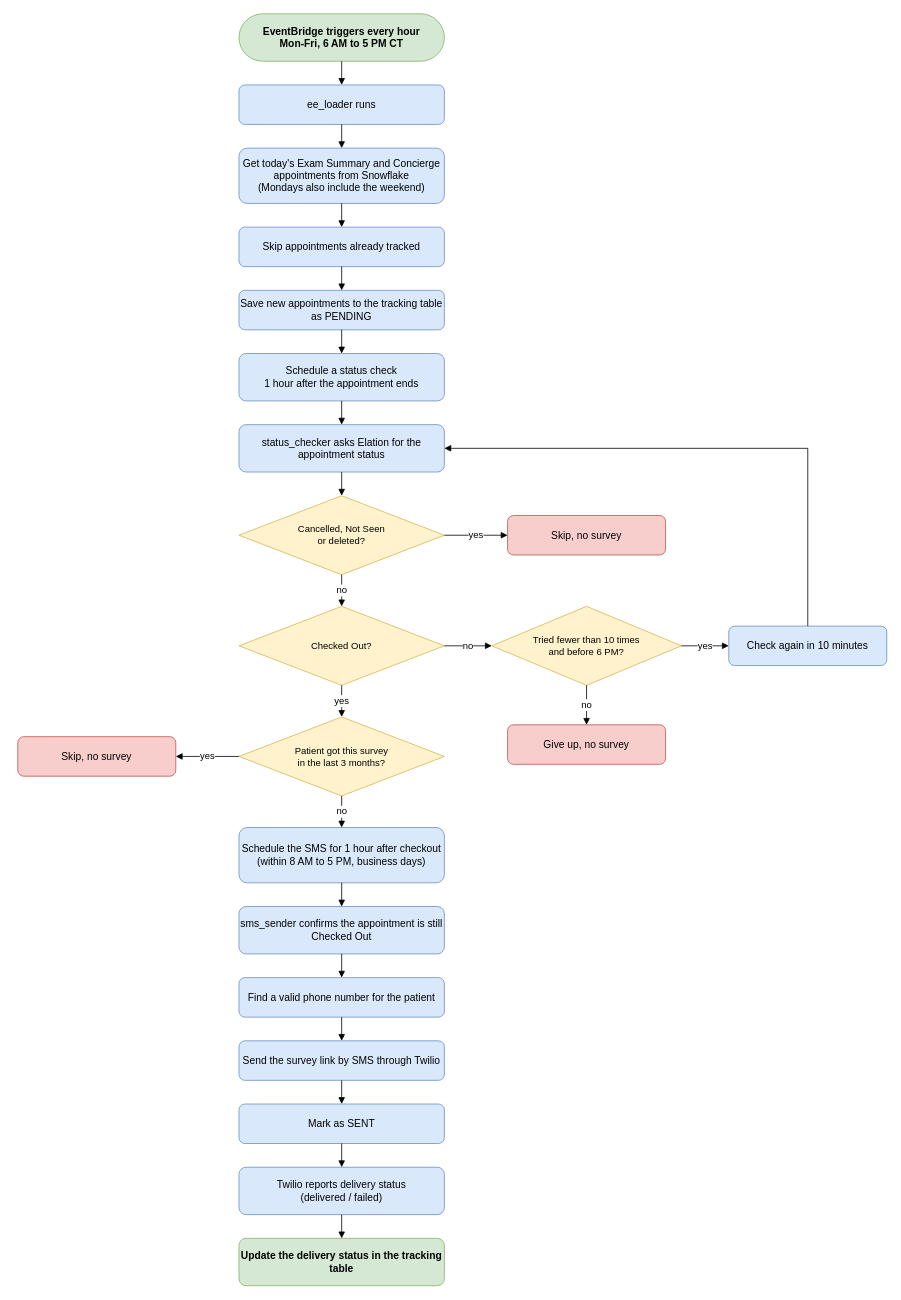
The draw.io diagram pss-formbricks/pss-ee-survey-workflow.drawio in janezmedi/drawio, before the edit. Source tidied: cells renumbered, new cells numbered last; positions are measured from the earlier drawing's top-left corner, leaving out a move shared by most shapes. Both pictures are drawn from the tidied source at 79%, with x=0, y=0 at pixel (17, 13).
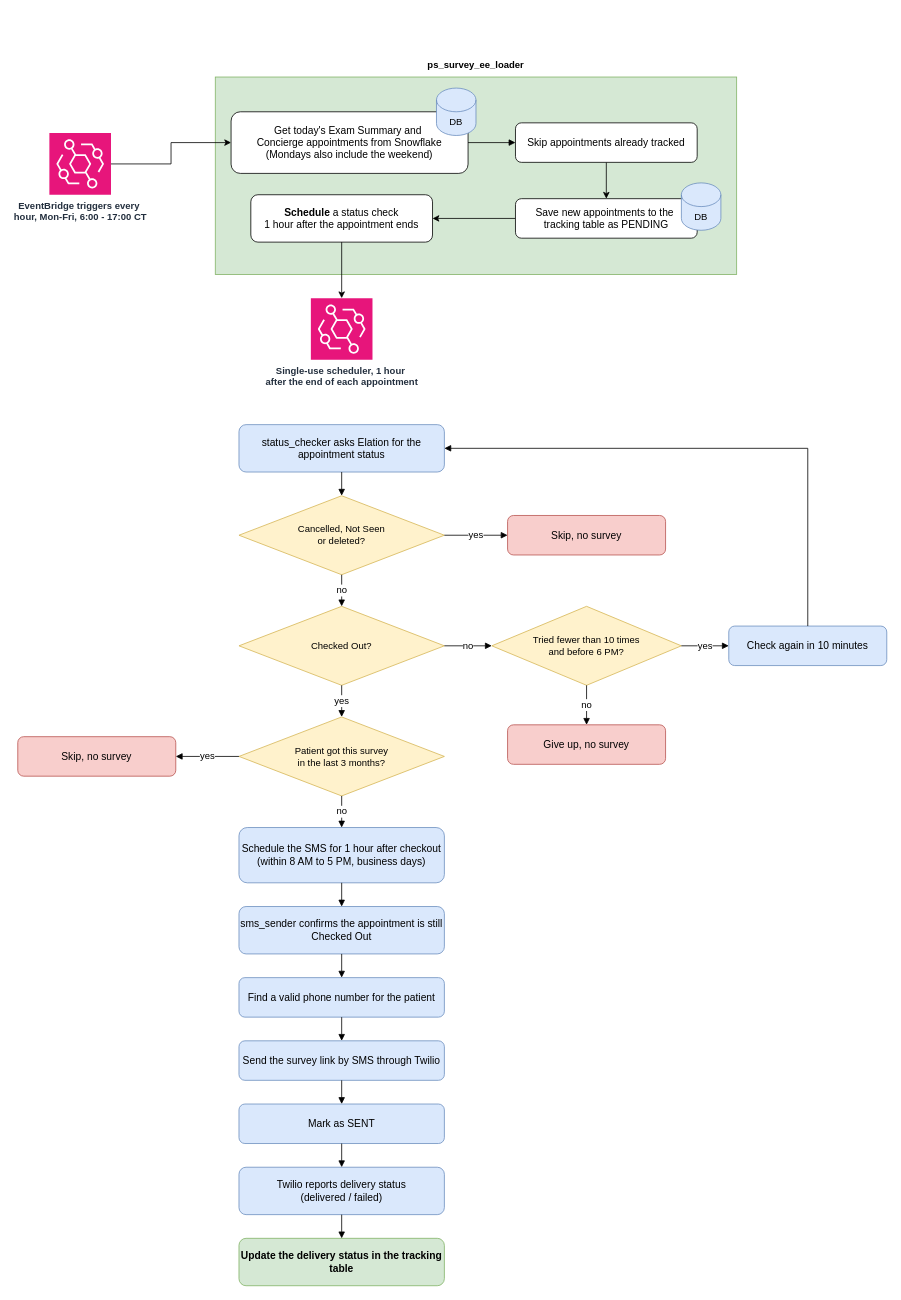
The same diagram, later.

The change refers to these unchanged cells:
```xml
<mxCell id="8" value="status_checker asks Elation for the appointment status" style="rounded=1;whiteSpace=wrap;html=1;fillColor=#dae8fc;strokeColor=#6c8ebf;fontSize=13;" parent="1" vertex="1">
  <mxGeometry x="280" y="520" width="260" height="60" as="geometry" />
</mxCell>
```

What changed in the source:
```diff
@@
-    <mxCell id="2" value="EventBridge triggers every hour&lt;br&gt;Mon-Fri, 6 AM to 5 PM CT" style="rounded=1;whiteSpace=wrap;html=1;arcSize=50;fillColor=#d5e8d4;strokeColor=#82b366;fontSize=13;fontStyle=1;" parent="1" vertex="1">
-      <mxGeometry x="280" width="260" height="60" as="geometry" />
-    </mxCell>
-    <mxCell id="3" value="ee_loader runs" style="rounded=1;whiteSpace=wrap;html=1;fillColor=#dae8fc;strokeColor=#6c8ebf;fontSize=13;" parent="1" vertex="1">
-      <mxGeometry x="280" y="90" width="260" height="50" as="geometry" />
+    <mxCell id="3" style="rounded=1;whiteSpace=wrap;html=1;fillColor=#d5e8d4;strokeColor=#82b366;fontSize=13;arcSize=0;" parent="1" vertex="1">
+      <mxGeometry x="250" y="80" width="660" height="250" as="geometry" />
     </mxCell>
-    <mxCell id="4" value="Get today's Exam Summary and Concierge appointments from Snowflake&lt;br&gt;(Mondays also include the weekend)" style="rounded=1;whiteSpace=wrap;html=1;fillColor=#dae8fc;strokeColor=#6c8ebf;fontSize=13;" parent="1" vertex="1">
-      <mxGeometry x="280" y="170" width="260" height="70" as="geometry" />
+    <mxCell id="4" value="Get today's Exam Summary and&amp;nbsp;&lt;div&gt;Concierge&amp;nbsp;&lt;span style=&quot;background-color: transparent; color: light-dark(#000000, var(--ge-light-color, #ffffff));&quot;&gt;appointments from Snowflake&lt;/span&gt;&lt;div&gt;(Mondays also include the weekend)&lt;/div&gt;&lt;/div&gt;" style="rounded=1;whiteSpace=wrap;html=1;fontSize=13;" parent="1" vertex="1">
+      <mxGeometry x="270" y="124" width="300" height="78" as="geometry" />
     </mxCell>
+    <mxCell id="27" style="edgeStyle=orthogonalEdgeStyle;rounded=0;jettySize=auto;html=1;entryX=0.5;entryY=0;entryDx=0;entryDy=0;defaultLabelBackgroundColor=page;labelPadding=0 4;" parent="1" edge="1" source="5" target="6">
+      <mxGeometry relative="1" as="geometry" />
+    </mxCell>
-    <mxCell id="5" value="Skip appointments already tracked" style="rounded=1;whiteSpace=wrap;html=1;fillColor=#dae8fc;strokeColor=#6c8ebf;fontSize=13;" parent="1" vertex="1">
-      <mxGeometry x="280" y="270" width="260" height="50" as="geometry" />
+    <mxCell id="5" value="Skip appointments already tracked" style="rounded=1;whiteSpace=wrap;html=1;fontSize=13;" parent="1" vertex="1">
+      <mxGeometry x="630" y="138" width="230" height="50" as="geometry" />
     </mxCell>
+    <mxCell id="28" style="edgeStyle=orthogonalEdgeStyle;rounded=0;jettySize=auto;html=1;entryX=1;entryY=0.5;entryDx=0;entryDy=0;defaultLabelBackgroundColor=page;labelPadding=0 4;" parent="1" edge="1" source="6" target="7">
+      <mxGeometry relative="1" as="geometry" />
+    </mxCell>
-    <mxCell id="6" value="Save new appointments to the tracking table as PENDING" style="rounded=1;whiteSpace=wrap;html=1;fillColor=#dae8fc;strokeColor=#6c8ebf;fontSize=13;" parent="1" vertex="1">
-      <mxGeometry x="280" y="350" width="260" height="50" as="geometry" />
+    <mxCell id="6" value="Save new appointments to the&amp;nbsp;&lt;div&gt;tracking table as PENDING&lt;/div&gt;" style="rounded=1;whiteSpace=wrap;html=1;fontSize=13;" parent="1" vertex="1">
+      <mxGeometry x="630" y="234" width="230" height="50" as="geometry" />
     </mxCell>
-    <mxCell id="7" value="Schedule a status check&lt;br&gt;1 hour after the appointment ends" style="rounded=1;whiteSpace=wrap;html=1;fillColor=#dae8fc;strokeColor=#6c8ebf;fontSize=13;" parent="1" vertex="1">
-      <mxGeometry x="280" y="430" width="260" height="60" as="geometry" />
+    <mxCell id="7" value="&lt;b&gt;Schedule&lt;/b&gt; a status check&lt;br&gt;1 hour after the appointment ends" style="rounded=1;whiteSpace=wrap;html=1;fontSize=13;" parent="1" vertex="1">
+      <mxGeometry x="295" y="229" width="230" height="60" as="geometry" />
     </mxCell>
@@
-    <mxCell id="24" style="edgeStyle=orthogonalEdgeStyle;rounded=0;html=1;endArrow=block;fontSize=12;" parent="1" edge="1" source="2" target="3">
-      <mxGeometry relative="1" as="geometry" />
-    </mxCell>
-    <mxCell id="25" style="edgeStyle=orthogonalEdgeStyle;rounded=0;html=1;endArrow=block;fontSize=12;" parent="1" edge="1" source="3" target="4">
-      <mxGeometry relative="1" as="geometry" />
-    </mxCell>
@@
-    <mxCell id="27" style="edgeStyle=orthogonalEdgeStyle;rounded=0;html=1;endArrow=block;fontSize=12;" parent="1" edge="1" source="5" target="6">
-      <mxGeometry relative="1" as="geometry" />
-    </mxCell>
-    <mxCell id="28" style="edgeStyle=orthogonalEdgeStyle;rounded=0;html=1;endArrow=block;fontSize=12;" parent="1" edge="1" source="6" target="7">
-      <mxGeometry relative="1" as="geometry" />
-    </mxCell>
-    <mxCell id="29" style="edgeStyle=orthogonalEdgeStyle;rounded=0;html=1;endArrow=block;fontSize=12;" parent="1" edge="1" source="7" target="8">
-      <mxGeometry relative="1" as="geometry" />
-    </mxCell>
@@
+    <mxCell id="46" style="edgeStyle=orthogonalEdgeStyle;rounded=0;jettySize=auto;html=1;entryX=0;entryY=0.5;entryDx=0;entryDy=0;defaultLabelBackgroundColor=page;labelPadding=0 4;flowAnimation=1;" parent="1" edge="1" source="47" target="4">
+      <mxGeometry relative="1" as="geometry" />
+    </mxCell>
+    <mxCell id="47" value="&lt;div&gt;EventBridge triggers every&amp;nbsp;&lt;/div&gt;&lt;div&gt;hour,&amp;nbsp;&lt;span style=&quot;background-color: transparent; color: light-dark(rgb(35, 47, 62), rgb(189, 199, 212));&quot;&gt;Mon-Fri, 6:00 - 17:00 CT&lt;/span&gt;&lt;/div&gt;" style="sketch=0;points=[[0,0,0],[0.25,0,0],[0.5,0,0],[0.75,0,0],[1,0,0],[0,1,0],[0.25,1,0],[0.5,1,0],[0.75,1,0],[1,1,0],[0,0.25,0],[0,0.5,0],[0,0.75,0],[1,0.25,0],[1,0.5,0],[1,0.75,0]];outlineConnect=0;fontColor=#232F3E;fillColor=#E7157B;strokeColor=#ffffff;dashed=0;verticalLabelPosition=bottom;verticalAlign=top;align=center;html=1;fontSize=12;fontStyle=1;shape=mxgraph.aws4.resourceIcon;resIcon=mxgraph.aws4.eventbridge;labelPerimeter=1;" parent="1" vertex="1">
+      <mxGeometry x="40" y="151" width="78" height="78" as="geometry" />
+    </mxCell>
+    <mxCell id="48" value="DB" style="shape=cylinder3;whiteSpace=wrap;html=1;boundedLbl=1;backgroundOutline=1;size=15;fillColor=#dae8fc;strokeColor=#6c8ebf;" parent="1" vertex="1">
+      <mxGeometry x="530" y="94" width="50" height="60" as="geometry" />
+    </mxCell>
+    <mxCell id="49" value="DB" style="shape=cylinder3;whiteSpace=wrap;html=1;boundedLbl=1;backgroundOutline=1;size=15;fillColor=#dae8fc;strokeColor=#6c8ebf;" parent="1" vertex="1">
+      <mxGeometry x="840" y="214" width="50" height="60" as="geometry" />
+    </mxCell>
+    <mxCell id="50" value="ps_survey_ee_loader" style="text;html=1;whiteSpace=wrap;strokeColor=none;fillColor=none;align=center;verticalAlign=middle;rounded=0;fontStyle=1;" parent="1" vertex="1">
+      <mxGeometry x="550" y="50" width="60" height="30" as="geometry" />
+    </mxCell>
+    <mxCell id="51" value="&lt;div&gt;Single-use scheduler, 1 hour&amp;nbsp;&lt;/div&gt;&lt;div&gt;after&amp;nbsp;&lt;span style=&quot;background-color: transparent; color: light-dark(rgb(35, 47, 62), rgb(189, 199, 212));&quot;&gt;the end of each appointment&lt;/span&gt;&lt;/div&gt;" style="sketch=0;points=[[0,0,0],[0.25,0,0],[0.5,0,0],[0.75,0,0],[1,0,0],[0,1,0],[0.25,1,0],[0.5,1,0],[0.75,1,0],[1,1,0],[0,0.25,0],[0,0.5,0],[0,0.75,0],[1,0.25,0],[1,0.5,0],[1,0.75,0]];outlineConnect=0;fontColor=#232F3E;fillColor=#E7157B;strokeColor=#ffffff;dashed=0;verticalLabelPosition=bottom;verticalAlign=top;align=center;html=1;fontSize=12;fontStyle=1;shape=mxgraph.aws4.resourceIcon;resIcon=mxgraph.aws4.eventbridge;labelPerimeter=1;" parent="1" vertex="1">
+      <mxGeometry x="371" y="360" width="78" height="78" as="geometry" />
+    </mxCell>
+    <mxCell id="52" style="edgeStyle=orthogonalEdgeStyle;rounded=0;jettySize=auto;html=1;entryX=0.5;entryY=0;entryDx=0;entryDy=0;entryPerimeter=0;defaultLabelBackgroundColor=page;labelPadding=0 4;" parent="1" edge="1" source="7" target="51">
+      <mxGeometry relative="1" as="geometry" />
+    </mxCell>
```
